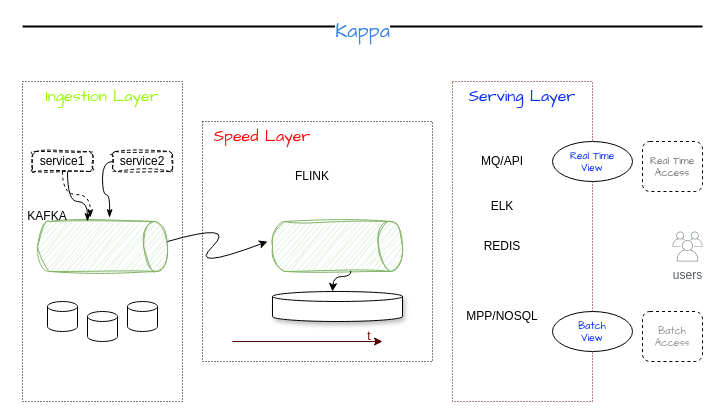
Earlier version of the draw.io diagram page "第 1 页" (1 of 2) of kappa.drawio (wxl778/draw). Source tidied: cells renumbered, new cells numbered last; positions are measured from the earlier drawing's top-left corner, leaving out a move shared by most shapes. Both pictures are drawn from the tidied source at 100%, with x=0, y=0 at pixel (17, 21).
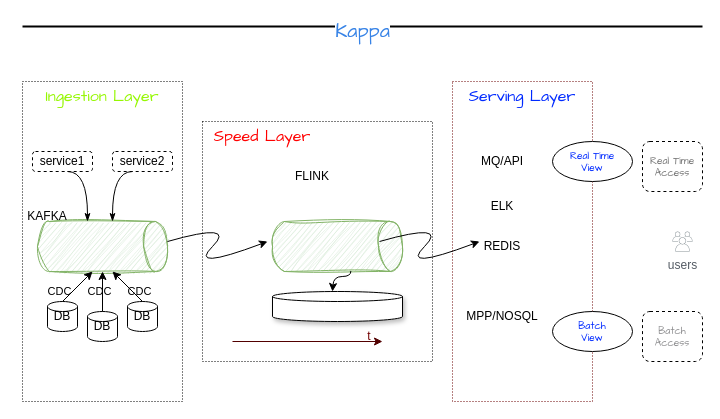
The same diagram, later.

The change refers to these unchanged cells:
```xml
<mxCell id="14" style="strokeWidth=1;html=1;shape=mxgraph.flowchart.direct_data;whiteSpace=wrap;fillColor=#d5e8d4;strokeColor=#82b366;fillStyle=hatch;sketch=1;curveFitting=1;jiggle=2;" parent="1" vertex="1">
  <mxGeometry x="20" y="200" width="130" height="50" as="geometry" />
</mxCell>
```

Diff of the diagram source:
```diff
@@
-    <mxCell id="9" value="service1" style="rounded=1;whiteSpace=wrap;html=1;sketch=1;curveFitting=1;jiggle=2;strokeColor=default;dashed=1;glass=0;" parent="1" vertex="1">
+    <mxCell id="9" value="service1" style="rounded=1;whiteSpace=wrap;html=1;strokeColor=default;dashed=1;glass=0;" parent="1" vertex="1">
       <mxGeometry x="15" y="130" width="60" height="20" as="geometry" />
     </mxCell>
-    <mxCell id="10" value="service2" style="rounded=1;whiteSpace=wrap;html=1;sketch=1;curveFitting=1;jiggle=2;strokeColor=default;dashed=1;glass=0;" parent="1" vertex="1">
+    <mxCell id="10" value="service2" style="rounded=1;whiteSpace=wrap;html=1;strokeColor=default;dashed=1;glass=0;" parent="1" vertex="1">
       <mxGeometry x="95" y="130" width="60" height="20" as="geometry" />
     </mxCell>
-    <mxCell id="11" style="endArrow=classicThin;html=1;rounded=0;dashed=1;exitX=0.5;exitY=1;exitDx=0;exitDy=0;entryX=0.376;entryY=0.023;entryDx=0;entryDy=0;entryPerimeter=0;endFill=1;edgeStyle=orthogonalEdgeStyle;curved=1;" parent="1" edge="1" source="9">
-      <mxGeometry relative="1" as="geometry">
-        <mxPoint x="72.6" y="196.1" as="targetPoint" />
-      </mxGeometry>
-    </mxCell>
-    <mxCell id="12" style="endArrow=classicThin;html=1;rounded=0;endFill=1;edgeStyle=orthogonalEdgeStyle;elbow=vertical;curved=1;" parent="1" edge="1" source="10">
-      <mxGeometry relative="1" as="geometry">
-        <mxPoint x="92" y="196.1" as="targetPoint" />
-      </mxGeometry>
-    </mxCell>
-    <mxCell id="13" style="strokeWidth=1;html=1;shape=mxgraph.flowchart.database;whiteSpace=wrap;" parent="1" vertex="1">
+    <mxCell id="13" value="DB" style="strokeWidth=1;html=1;shape=mxgraph.flowchart.database;whiteSpace=wrap;" parent="1" vertex="1">
       <mxGeometry x="30" y="280" width="30" height="30" as="geometry" />
     </mxCell>
@@
-    <mxCell id="16" style="strokeWidth=1;html=1;shape=mxgraph.flowchart.database;whiteSpace=wrap;" parent="1" vertex="1">
+    <mxCell id="16" value="DB" style="strokeWidth=1;html=1;shape=mxgraph.flowchart.database;whiteSpace=wrap;" parent="1" vertex="1">
       <mxGeometry x="70" y="290" width="30" height="30" as="geometry" />
     </mxCell>
-    <mxCell id="17" style="strokeWidth=1;html=1;shape=mxgraph.flowchart.database;whiteSpace=wrap;" parent="1" vertex="1">
+    <mxCell id="17" value="DB" style="strokeWidth=1;html=1;shape=mxgraph.flowchart.database;whiteSpace=wrap;" parent="1" vertex="1">
       <mxGeometry x="110" y="280" width="30" height="30" as="geometry" />
     </mxCell>
@@
     <mxCell id="28" style="endArrow=classicThin;html=1;rounded=0;endFill=1;edgeStyle=orthogonalEdgeStyle;elbow=vertical;curved=1;" parent="1" edge="1">
       <mxGeometry relative="1" as="geometry">
         <mxPoint x="50" y="150" as="sourcePoint" />
         <mxPoint x="70" y="200" as="targetPoint" />
         <Array as="points">
-          <mxPoint x="50" y="180" />
+          <mxPoint x="70" y="150" />
         </Array>
       </mxGeometry>
     </mxCell>
@@
     <mxCell id="42" value="users" style="sketch=0;gradientColor=none;fontColor=#545B64;strokeColor=none;fillColor=#879196;dashed=0;verticalLabelPosition=bottom;verticalAlign=top;align=center;html=1;fontSize=12;fontStyle=0;shape=mxgraph.aws4.illustration_users;" parent="1" vertex="1">
-      <mxGeometry x="655" y="210" width="30" height="30" as="geometry" />
+      <mxGeometry x="655" y="210" width="20" height="20" as="geometry" />
     </mxCell>
@@
+    <mxCell id="44" style="endArrow=classicThin;html=1;rounded=0;endFill=1;edgeStyle=orthogonalEdgeStyle;elbow=vertical;curved=1;" parent="1" edge="1">
+      <mxGeometry relative="1" as="geometry">
+        <mxPoint x="115" y="150" as="sourcePoint" />
+        <mxPoint x="95" y="200" as="targetPoint" />
+        <Array as="points">
+          <mxPoint x="95" y="150" />
+        </Array>
+      </mxGeometry>
+    </mxCell>
+    <mxCell id="45" style="endArrow=classic;html=1;rounded=0;" parent="1" edge="1">
+      <mxGeometry relative="1" as="geometry">
+        <mxPoint x="45" y="280" as="sourcePoint" />
+        <mxPoint x="75" y="250" as="targetPoint" />
+      </mxGeometry>
+    </mxCell>
+    <mxCell id="46" style="endArrow=classic;html=1;rounded=0;entryX=0.5;entryY=1;entryDx=0;entryDy=0;entryPerimeter=0;exitX=0.5;exitY=0;exitDx=0;exitDy=0;exitPerimeter=0;" parent="1" edge="1" source="16" target="14">
+      <mxGeometry relative="1" as="geometry" />
+    </mxCell>
+    <mxCell id="47" style="endArrow=classic;html=1;rounded=0;entryX=0.602;entryY=1.016;entryDx=0;entryDy=0;entryPerimeter=0;exitX=0.5;exitY=0;exitDx=0;exitDy=0;exitPerimeter=0;" parent="1" edge="1" source="17">
+      <mxGeometry relative="1" as="geometry">
+        <mxPoint x="95" y="250" as="targetPoint" />
+      </mxGeometry>
+    </mxCell>
+    <mxCell id="48" value="&lt;font style=&quot;font-size: 11px;&quot;&gt;CDC&lt;/font&gt;" style="text;html=1;strokeColor=none;fillColor=none;align=center;verticalAlign=middle;whiteSpace=wrap;rounded=0;fontSize=10;" parent="1" vertex="1">
+      <mxGeometry x="30" y="260" width="25" height="20" as="geometry" />
+    </mxCell>
+    <mxCell id="49" value="&lt;font style=&quot;font-size: 11px;&quot;&gt;CDC&lt;/font&gt;" style="text;html=1;strokeColor=none;fillColor=none;align=center;verticalAlign=middle;whiteSpace=wrap;rounded=0;fontSize=10;" parent="1" vertex="1">
+      <mxGeometry x="70" y="260" width="25" height="20" as="geometry" />
+    </mxCell>
+    <mxCell id="50" value="&lt;font style=&quot;font-size: 11px;&quot;&gt;CDC&lt;/font&gt;" style="text;html=1;strokeColor=none;fillColor=none;align=center;verticalAlign=middle;whiteSpace=wrap;rounded=0;fontSize=10;" parent="1" vertex="1">
+      <mxGeometry x="110" y="260" width="25" height="20" as="geometry" />
+    </mxCell>
+    <mxCell id="51" style="curved=1;endArrow=classic;html=1;rounded=0;" parent="1" edge="1">
+      <mxGeometry relative="1" as="geometry">
+        <mxPoint x="362" y="220" as="sourcePoint" />
+        <mxPoint x="462" y="220" as="targetPoint" />
+        <Array as="points">
+          <mxPoint x="432" y="200" />
+          <mxPoint x="382" y="250" />
+        </Array>
+      </mxGeometry>
+    </mxCell>
```
